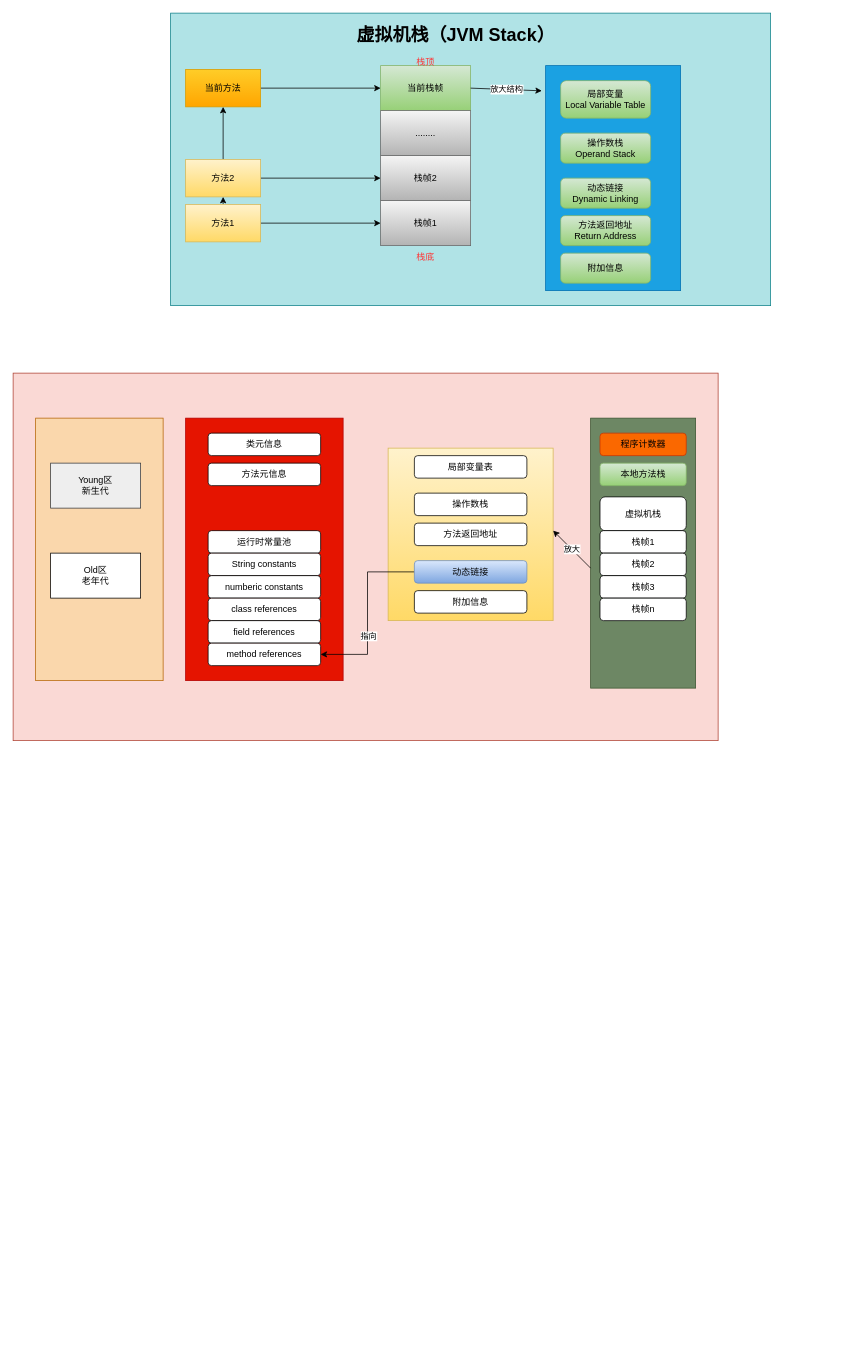
Above: 虚拟机栈.drawio in linbingxing/mind (draw.io), before the change. Source tidied: cells renumbered, new cells numbered last; positions are measured from the earlier drawing's top-left corner, leaving out a move shared by most shapes. Both pictures are drawn from the tidied source at 75%, with x=0, y=0 at pixel (13, 13).
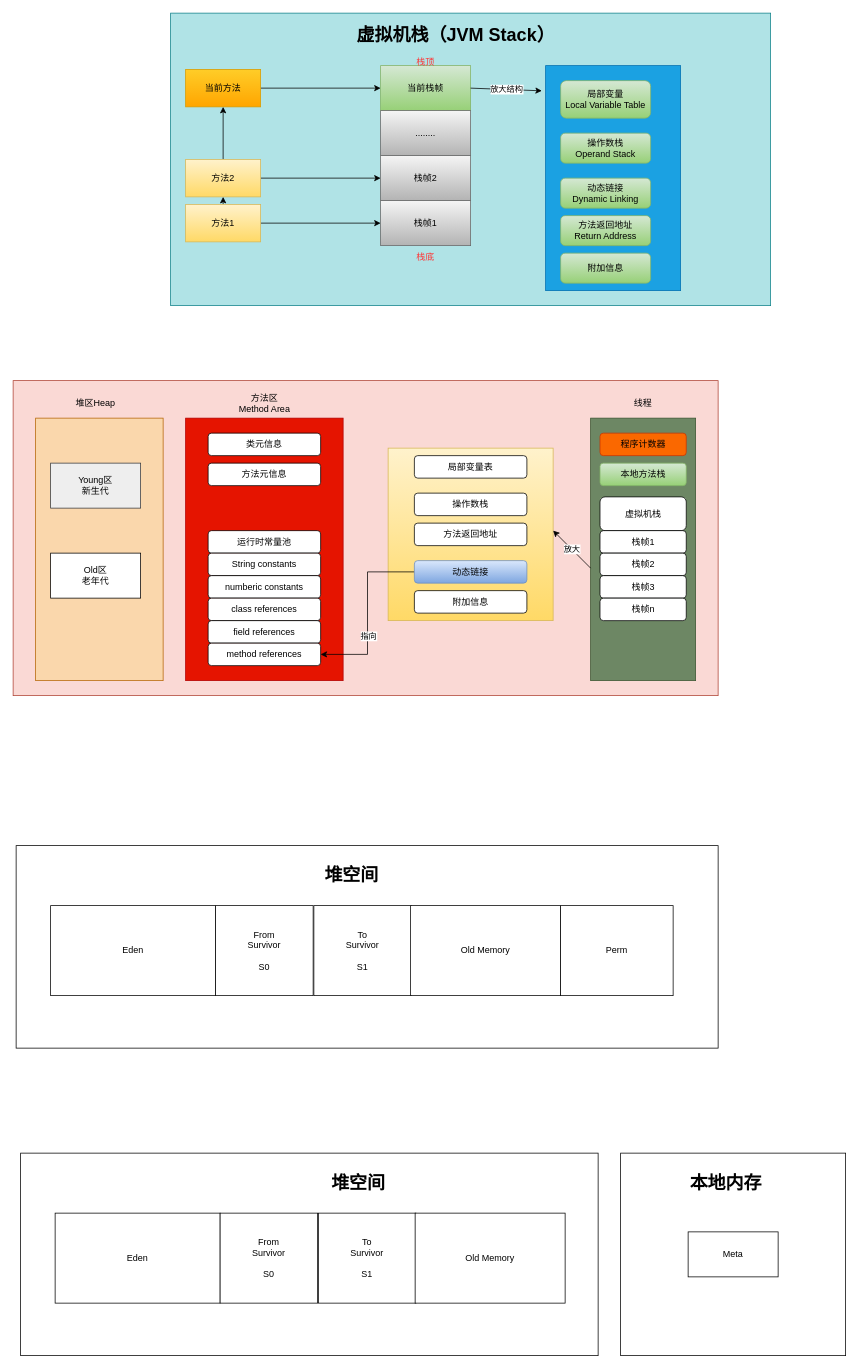
After the change.

Commit message:
更新虚拟机栈.drawio

The edit, as a diff of the source:
```diff
@@
     <mxCell id="25" style="rounded=0;whiteSpace=wrap;html=1;fillColor=#fad9d5;strokeColor=#ae4132;" parent="1" vertex="1">
-      <mxGeometry y="480" width="940" height="490" as="geometry" />
+      <mxGeometry y="490" width="940" height="420" as="geometry" />
     </mxCell>
@@
     <mxCell id="31" style="rounded=0;whiteSpace=wrap;html=1;fontColor=#ffffff;fillColor=#6d8764;strokeColor=#3A5431;" parent="1" vertex="1">
-      <mxGeometry x="770" y="540" width="140" height="360" as="geometry" />
+      <mxGeometry x="770" y="540" width="140" height="350" as="geometry" />
     </mxCell>
@@
+    <mxCell id="55" style="rounded=0;whiteSpace=wrap;html=1;fontColor=#000000;" parent="1" vertex="1">
+      <mxGeometry x="4" y="1110" width="936" height="270" as="geometry" />
+    </mxCell>
+    <mxCell id="56" value="Eden" style="rounded=0;whiteSpace=wrap;html=1;fontColor=#000000;" parent="1" vertex="1">
+      <mxGeometry x="50" y="1190" width="220" height="120" as="geometry" />
+    </mxCell>
+    <mxCell id="57" value="From&lt;br&gt;Survivor&lt;br&gt;&lt;br&gt;S0" style="rounded=0;whiteSpace=wrap;html=1;fontColor=#000000;" parent="1" vertex="1">
+      <mxGeometry x="270" y="1190" width="130" height="120" as="geometry" />
+    </mxCell>
+    <mxCell id="58" value="To&lt;br&gt;Survivor&lt;br&gt;&lt;br&gt;S1" style="rounded=0;whiteSpace=wrap;html=1;fontColor=#000000;" parent="1" vertex="1">
+      <mxGeometry x="401" y="1190" width="130" height="120" as="geometry" />
+    </mxCell>
+    <mxCell id="59" value="Old Memory" style="rounded=0;whiteSpace=wrap;html=1;fontColor=#000000;" parent="1" vertex="1">
+      <mxGeometry x="530" y="1190" width="200" height="120" as="geometry" />
+    </mxCell>
+    <mxCell id="60" value="Perm" style="rounded=0;whiteSpace=wrap;html=1;fontColor=#000000;" parent="1" vertex="1">
+      <mxGeometry x="730" y="1190" width="150" height="120" as="geometry" />
+    </mxCell>
+    <mxCell id="61" value="堆空间" style="text;strokeColor=none;fillColor=none;html=1;fontSize=24;fontStyle=1;verticalAlign=middle;align=center;fontColor=#000000;" parent="1" vertex="1">
+      <mxGeometry x="401" y="1130" width="100" height="40" as="geometry" />
+    </mxCell>
+    <mxCell id="62" style="rounded=0;whiteSpace=wrap;html=1;fontColor=#000000;" parent="1" vertex="1">
+      <mxGeometry x="10" y="1520" width="770" height="270" as="geometry" />
+    </mxCell>
+    <mxCell id="63" value="Eden" style="rounded=0;whiteSpace=wrap;html=1;fontColor=#000000;" parent="1" vertex="1">
+      <mxGeometry x="56" y="1600" width="220" height="120" as="geometry" />
+    </mxCell>
+    <mxCell id="64" value="From&lt;br&gt;Survivor&lt;br&gt;&lt;br&gt;S0" style="rounded=0;whiteSpace=wrap;html=1;fontColor=#000000;" parent="1" vertex="1">
+      <mxGeometry x="276" y="1600" width="130" height="120" as="geometry" />
+    </mxCell>
+    <mxCell id="65" value="To&lt;br&gt;Survivor&lt;br&gt;&lt;br&gt;S1" style="rounded=0;whiteSpace=wrap;html=1;fontColor=#000000;" parent="1" vertex="1">
+      <mxGeometry x="407" y="1600" width="130" height="120" as="geometry" />
+    </mxCell>
+    <mxCell id="66" value="Old Memory" style="rounded=0;whiteSpace=wrap;html=1;fontColor=#000000;" parent="1" vertex="1">
+      <mxGeometry x="536" y="1600" width="200" height="120" as="geometry" />
+    </mxCell>
+    <mxCell id="67" value="堆空间" style="text;strokeColor=none;fillColor=none;html=1;fontSize=24;fontStyle=1;verticalAlign=middle;align=center;fontColor=#000000;" parent="1" vertex="1">
+      <mxGeometry x="410" y="1540" width="100" height="40" as="geometry" />
+    </mxCell>
+    <mxCell id="68" style="rounded=0;whiteSpace=wrap;html=1;fontColor=#000000;" parent="1" vertex="1">
+      <mxGeometry x="810" y="1520" width="300" height="270" as="geometry" />
+    </mxCell>
+    <mxCell id="69" value="Meta" style="rounded=0;whiteSpace=wrap;html=1;fontColor=#000000;" parent="1" vertex="1">
+      <mxGeometry x="900" y="1625" width="120" height="60" as="geometry" />
+    </mxCell>
+    <mxCell id="70" value="本地内存" style="text;strokeColor=none;fillColor=none;html=1;fontSize=24;fontStyle=1;verticalAlign=middle;align=center;fontColor=#000000;" parent="1" vertex="1">
+      <mxGeometry x="900" y="1540" width="100" height="40" as="geometry" />
+    </mxCell>
+    <mxCell id="71" value="堆区Heap" style="text;html=1;strokeColor=none;fillColor=none;align=center;verticalAlign=middle;whiteSpace=wrap;rounded=0;fontColor=#000000;" parent="1" vertex="1">
+      <mxGeometry x="80" y="505" width="60" height="30" as="geometry" />
+    </mxCell>
+    <mxCell id="72" value="方法区&lt;br&gt;Method Area" style="text;html=1;strokeColor=none;fillColor=none;align=center;verticalAlign=middle;whiteSpace=wrap;rounded=0;fontColor=#000000;" parent="1" vertex="1">
+      <mxGeometry x="292.5" y="505" width="85" height="30" as="geometry" />
+    </mxCell>
+    <mxCell id="73" value="线程" style="text;html=1;strokeColor=none;fillColor=none;align=center;verticalAlign=middle;whiteSpace=wrap;rounded=0;fontColor=#000000;" parent="1" vertex="1">
+      <mxGeometry x="810" y="505" width="60" height="30" as="geometry" />
+    </mxCell>
```
